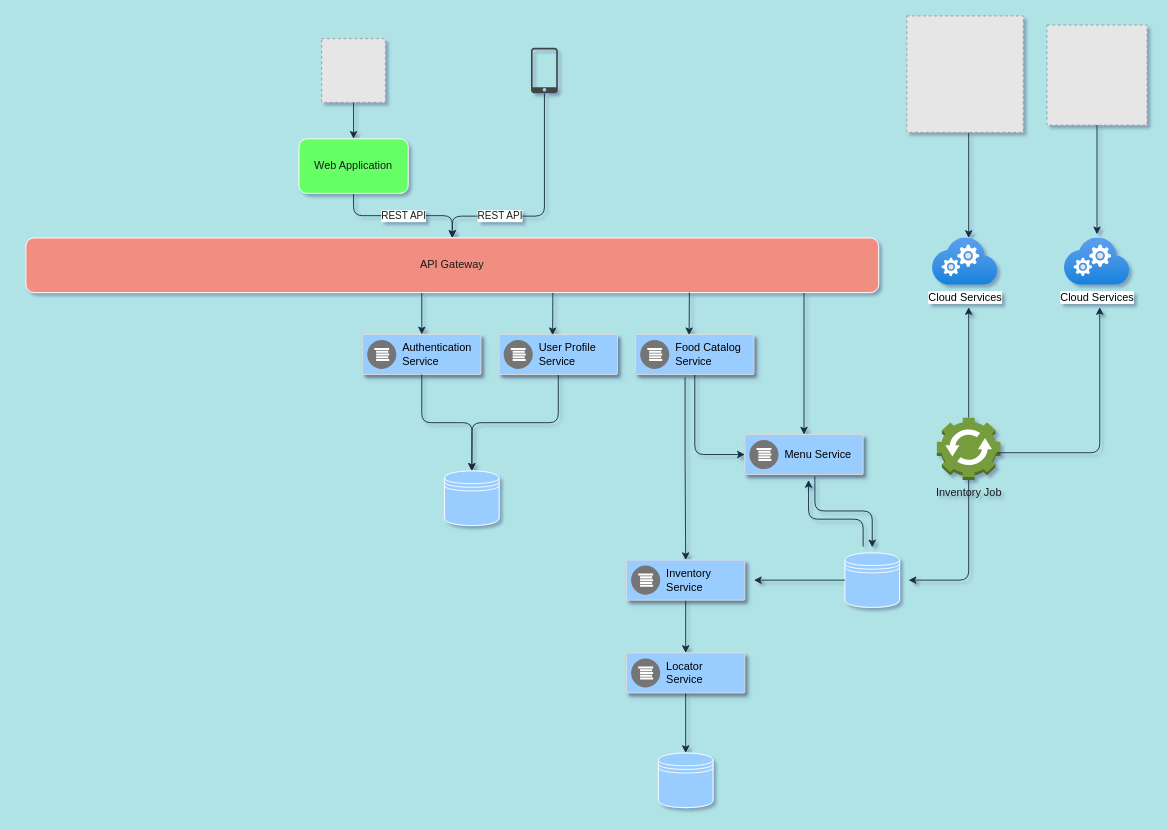
Before: page "Topology 2" (3 of 3) of Interaction-Diagram.drawio in fridgebenefits/katas, a draw.io diagram. Source tidied: cells renumbered, new cells numbered last; positions are measured from the earlier drawing's top-left corner, leaving out a move shared by most shapes. Both pictures are drawn from the tidied source at 91%, with x=0, y=0 at pixel (25, 15). Pictures stored in the file or linked from it are replaced by grey dashed boxes.
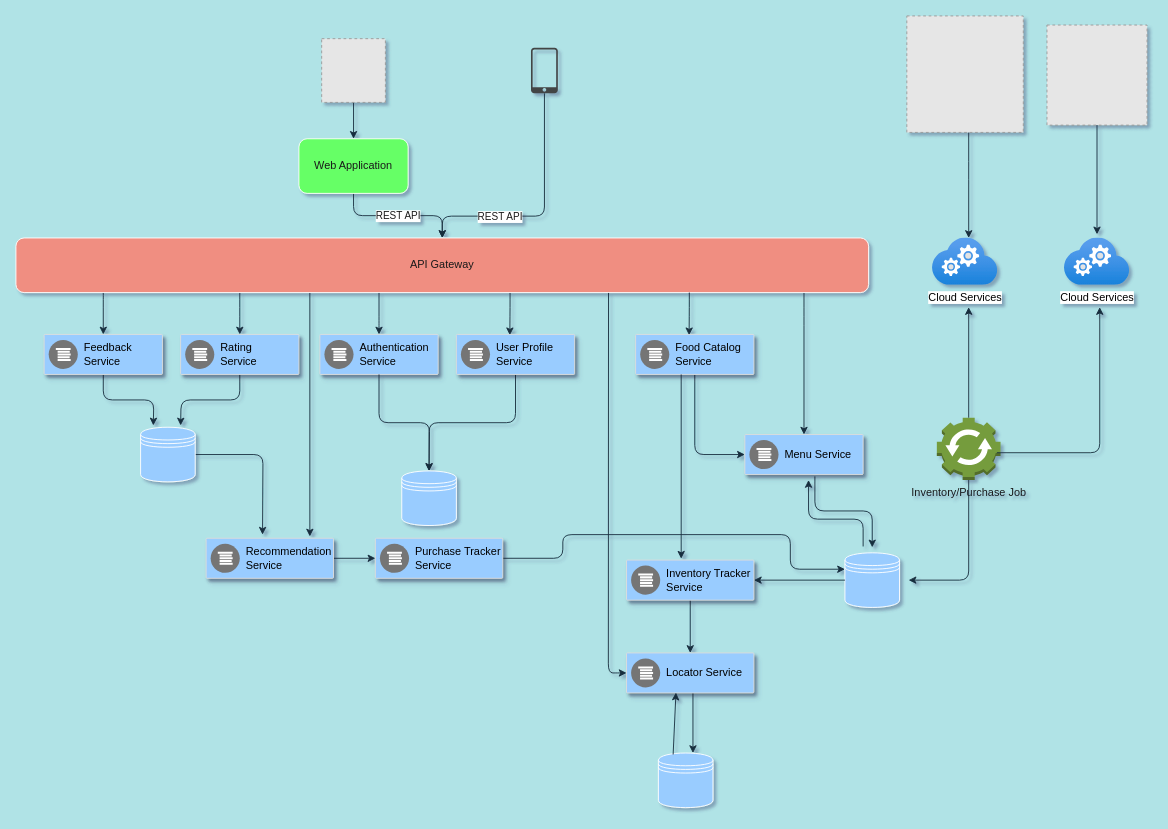
The same diagram, later.

Unchanged cells that the change refers to:
```xml
<mxCell id="6" style="shadow=0;dashed=0;html=1;strokeColor=none;fillColor=#434445;labelPosition=center;verticalLabelPosition=bottom;verticalAlign=top;align=center;outlineConnect=0;shape=mxgraph.vvd.phone;rounded=0;fontColor=#1A1A1A;" parent="1" vertex="1">
  <mxGeometry x="555" y="35" width="29.5" height="50" as="geometry" />
</mxCell>
<mxCell id="20" style="strokeColor=#dddddd;shadow=1;strokeWidth=1;rounded=1;absoluteArcSize=1;arcSize=2;fontColor=#1A1A1A;fillColor=#99CCFF;" parent="1" vertex="1">
  <mxGeometry x="670" y="350" width="130" height="44" as="geometry" />
</mxCell>
<mxCell id="34" style="shape=datastore;whiteSpace=wrap;html=1;rounded=0;strokeColor=#FFFFFF;fillColor=#99CCFF;fontColor=#1A1A1A;" parent="1" vertex="1">
  <mxGeometry x="900" y="590" width="60" height="60" as="geometry" />
</mxCell>
<mxCell id="47" style="shape=datastore;whiteSpace=wrap;html=1;rounded=0;strokeColor=#FFFFFF;fillColor=#99CCFF;fontColor=#1A1A1A;" parent="1" vertex="1">
  <mxGeometry x="695" y="810" width="60" height="60" as="geometry" />
</mxCell>
```

What changed in the source:
```diff
@@
     <mxCell id="4" style="edgeStyle=orthogonalEdgeStyle;curved=0;rounded=1;jettySize=auto;html=1;strokeColor=#182E3E;fontColor=#1A1A1A;entryX=0.5;entryY=0;entryDx=0;entryDy=0;" parent="1" edge="1" source="6" target="12">
       <mxGeometry x="-0.39" y="-75" relative="1" as="geometry">
         <Array as="points">
           <mxPoint x="570" y="220" />
-          <mxPoint x="468" y="220" />
+          <mxPoint x="458" y="220" />
         </Array>
         <mxPoint x="-75" y="75" as="offset" />
       </mxGeometry>
     </mxCell>
     <mxCell id="5" value="REST API" style="edgeLabel;html=1;align=center;verticalAlign=middle;fontColor=#1A1A1A;" parent="4" vertex="1">
       <mxGeometry x="0.03" y="-33" relative="1" as="geometry">
-        <mxPoint x="-16.8" as="offset" />
+        <mxPoint x="-44.8" y="33" as="offset" />
       </mxGeometry>
     </mxCell>
@@
     <mxCell id="9" style="edgeStyle=orthogonalEdgeStyle;curved=0;rounded=1;jettySize=auto;html=1;strokeColor=#182E3E;fontColor=#1A1A1A;entryX=0.5;entryY=0;entryDx=0;entryDy=0;" parent="1" edge="1" target="13">
       <mxGeometry relative="1" as="geometry">
-        <mxPoint x="435" y="300" as="sourcePoint" />
+        <mxPoint x="388" y="300" as="sourcePoint" />
         <Array as="points">
-          <mxPoint x="435" y="340" />
-          <mxPoint x="435" y="340" />
+          <mxPoint x="388" y="340" />
+          <mxPoint x="388" y="340" />
         </Array>
       </mxGeometry>
     </mxCell>
-    <mxCell id="10" style="edgeStyle=orthogonalEdgeStyle;curved=0;rounded=1;jettySize=auto;html=1;strokeColor=#182E3E;fontColor=#1A1A1A;entryX=0.452;entryY=0.02;entryDx=0;entryDy=0;entryPerimeter=0;" parent="1" edge="1" source="12" target="16">
+    <mxCell id="10" style="edgeStyle=orthogonalEdgeStyle;curved=0;rounded=1;jettySize=auto;html=1;strokeColor=#182E3E;fontColor=#1A1A1A;entryX=0.452;entryY=0.02;entryDx=0;entryDy=0;entryPerimeter=0;" parent="1" edge="1" target="16">
       <mxGeometry relative="1" as="geometry">
+        <mxPoint x="532" y="304" as="sourcePoint" />
         <Array as="points">
-          <mxPoint x="579" y="320" />
-          <mxPoint x="579" y="320" />
+          <mxPoint x="532" y="320" />
+          <mxPoint x="532" y="320" />
         </Array>
       </mxGeometry>
     </mxCell>
@@
+    <mxCell id="48" style="edgeStyle=orthogonalEdgeStyle;curved=0;rounded=1;jettySize=auto;html=1;entryX=0.5;entryY=0;entryDx=0;entryDy=0;strokeColor=#182E3E;fontColor=#1A1A1A;" parent="1" edge="1" source="12" target="57">
+      <mxGeometry relative="1" as="geometry">
+        <Array as="points">
+          <mxPoint x="85" y="310" />
+          <mxPoint x="85" y="310" />
+        </Array>
+      </mxGeometry>
+    </mxCell>
+    <mxCell id="49" style="edgeStyle=orthogonalEdgeStyle;curved=0;rounded=1;jettySize=auto;html=1;strokeColor=#182E3E;fontColor=#1A1A1A;" parent="1" edge="1" source="12" target="54">
+      <mxGeometry relative="1" as="geometry">
+        <Array as="points">
+          <mxPoint x="235" y="320" />
+          <mxPoint x="235" y="320" />
+        </Array>
+      </mxGeometry>
+    </mxCell>
+    <mxCell id="50" style="edgeStyle=orthogonalEdgeStyle;curved=0;rounded=1;orthogonalLoop=1;jettySize=auto;html=1;strokeColor=#182E3E;fontColor=#1A1A1A;" parent="1" edge="1">
+      <mxGeometry relative="1" as="geometry">
+        <mxPoint x="312" y="304" as="sourcePoint" />
+        <mxPoint x="312" y="572" as="targetPoint" />
+        <Array as="points">
+          <mxPoint x="312" y="572" />
+        </Array>
+      </mxGeometry>
+    </mxCell>
     <mxCell id="12" value="API Gateway" style="rounded=1;whiteSpace=wrap;html=1;strokeColor=#FFFFFF;fillColor=#F08E81;fontColor=#1A1A1A;" parent="1" vertex="1">
-      <mxGeometry y="244" width="937" height="60" as="geometry" />
+      <mxGeometry x="-11" y="244" width="937" height="60" as="geometry" />
     </mxCell>
     <mxCell id="13" style="strokeColor=#dddddd;shadow=1;strokeWidth=1;rounded=1;absoluteArcSize=1;arcSize=2;fontColor=#1A1A1A;fillColor=#99CCFF;" parent="1" vertex="1">
-      <mxGeometry x="370" y="350" width="130" height="44" as="geometry" />
+      <mxGeometry x="323" y="350" width="130" height="44" as="geometry" />
     </mxCell>
@@
     <mxCell id="16" style="strokeColor=#dddddd;shadow=1;strokeWidth=1;rounded=1;absoluteArcSize=1;arcSize=2;fontColor=#1A1A1A;fillColor=#99CCFF;" parent="1" vertex="1">
-      <mxGeometry x="520" y="350" width="130" height="44" as="geometry" />
+      <mxGeometry x="473" y="350" width="130" height="44" as="geometry" />
     </mxCell>
@@
-    <mxCell id="32" value="Inventory Job" style="outlineConnect=0;dashed=0;verticalLabelPosition=bottom;verticalAlign=top;align=center;html=1;shape=mxgraph.aws3.automation;fillColor=#759C3E;gradientColor=none;rounded=0;strokeColor=#FFFFFF;fontColor=#1A1A1A;" parent="1" vertex="1">
+    <mxCell id="32" value="Inventory/Purchase Job" style="outlineConnect=0;dashed=0;verticalLabelPosition=bottom;verticalAlign=top;align=center;html=1;shape=mxgraph.aws3.automation;fillColor=#759C3E;gradientColor=none;rounded=0;strokeColor=#FFFFFF;fontColor=#1A1A1A;" parent="1" vertex="1">
       <mxGeometry x="1001" y="441.5" width="70" height="68.5" as="geometry" />
     </mxCell>
@@
-    <mxCell id="35" style="edgeStyle=orthogonalEdgeStyle;curved=0;rounded=1;jettySize=auto;html=1;strokeColor=#182E3E;fontColor=#1A1A1A;exitX=0.418;exitY=1.073;exitDx=0;exitDy=0;exitPerimeter=0;entryX=0.5;entryY=0;entryDx=0;entryDy=0;" parent="1" edge="1" source="20" target="37">
-      <mxGeometry relative="1" as="geometry">
-        <Array as="points">
-          <mxPoint x="724" y="477" />
-        </Array>
-      </mxGeometry>
-    </mxCell>
@@
     <mxCell id="37" style="strokeColor=#dddddd;shadow=1;strokeWidth=1;rounded=1;absoluteArcSize=1;arcSize=2;fontColor=#1A1A1A;fillColor=#99CCFF;" parent="1" vertex="1">
-      <mxGeometry x="660" y="598" width="130" height="44" as="geometry" />
+      <mxGeometry x="660" y="598" width="140" height="44" as="geometry" />
     </mxCell>
-    <mxCell id="38" value="Inventory&lt;br&gt;Service" style="dashed=0;html=1;fillColor=#757575;strokeColor=none;shape=mxgraph.gcp2.logs_api;labelPosition=right;verticalLabelPosition=middle;align=left;verticalAlign=middle;spacingLeft=5;fontSize=12;" parent="37" vertex="1">
+    <mxCell id="38" value="Inventory Tracker&lt;br&gt;Service" style="dashed=0;html=1;fillColor=#757575;strokeColor=none;shape=mxgraph.gcp2.logs_api;labelPosition=right;verticalLabelPosition=middle;align=left;verticalAlign=middle;spacingLeft=5;fontSize=12;" parent="37" vertex="1">
       <mxGeometry y="0.5" width="32" height="32" relative="1" as="geometry">
         <mxPoint x="5" y="-16" as="offset" />
       </mxGeometry>
     </mxCell>
@@
     <mxCell id="41" style="shape=datastore;whiteSpace=wrap;html=1;rounded=0;strokeColor=#FFFFFF;fillColor=#99CCFF;fontColor=#1A1A1A;" parent="1" vertex="1">
-      <mxGeometry x="460" y="500" width="60" height="60" as="geometry" />
+      <mxGeometry x="413" y="500" width="60" height="60" as="geometry" />
     </mxCell>
     <mxCell id="42" style="edgeStyle=orthogonalEdgeStyle;curved=0;rounded=1;jettySize=auto;html=1;strokeColor=#182E3E;fontColor=#1A1A1A;exitX=0.5;exitY=1;exitDx=0;exitDy=0;" parent="1" edge="1" source="13">
       <mxGeometry relative="1" as="geometry">
-        <mxPoint x="490" y="500" as="targetPoint" />
+        <mxPoint x="443" y="500" as="targetPoint" />
       </mxGeometry>
     </mxCell>
@@
-    <mxCell id="44" style="edgeStyle=orthogonalEdgeStyle;curved=0;rounded=1;jettySize=auto;html=1;strokeColor=#182E3E;fontColor=#1A1A1A;" parent="1" edge="1" source="45" target="47">
-      <mxGeometry relative="1" as="geometry" />
+    <mxCell id="44" style="edgeStyle=orthogonalEdgeStyle;curved=0;rounded=1;orthogonalLoop=1;jettySize=auto;html=1;strokeColor=#182E3E;fontColor=#1A1A1A;" parent="1" edge="1">
+      <mxGeometry relative="1" as="geometry">
+        <mxPoint x="733" y="744" as="sourcePoint" />
+        <mxPoint x="733" y="810" as="targetPoint" />
+      </mxGeometry>
     </mxCell>
     <mxCell id="45" style="strokeColor=#dddddd;shadow=1;strokeWidth=1;rounded=1;absoluteArcSize=1;arcSize=2;fontColor=#1A1A1A;fillColor=#99CCFF;" parent="1" vertex="1">
-      <mxGeometry x="660" y="700" width="130" height="44" as="geometry" />
+      <mxGeometry x="660" y="700" width="140" height="44" as="geometry" />
     </mxCell>
-    <mxCell id="46" value="Locator&lt;br&gt;Service" style="dashed=0;html=1;fillColor=#757575;strokeColor=none;shape=mxgraph.gcp2.logs_api;labelPosition=right;verticalLabelPosition=middle;align=left;verticalAlign=middle;spacingLeft=5;fontSize=12;" parent="45" vertex="1">
+    <mxCell id="46" value="Locator Service" style="dashed=0;html=1;fillColor=#757575;strokeColor=none;shape=mxgraph.gcp2.logs_api;labelPosition=right;verticalLabelPosition=middle;align=left;verticalAlign=middle;spacingLeft=5;fontSize=12;" parent="45" vertex="1">
       <mxGeometry y="0.5" width="32" height="32" relative="1" as="geometry">
         <mxPoint x="5" y="-16" as="offset" />
       </mxGeometry>
     </mxCell>
@@
+    <mxCell id="51" style="endArrow=classic;html=1;strokeColor=#182E3E;fontColor=#1A1A1A;entryX=0;entryY=0.5;entryDx=0;entryDy=0;exitX=0.695;exitY=1.007;exitDx=0;exitDy=0;exitPerimeter=0;" parent="1" edge="1" source="12" target="45">
+      <mxGeometry relative="1" as="geometry">
+        <Array as="points">
+          <mxPoint x="640" y="722" />
+          <mxPoint x="650" y="722" />
+        </Array>
+      </mxGeometry>
+    </mxCell>
+    <mxCell id="52" style="endArrow=classic;html=1;strokeColor=#182E3E;fontColor=#1A1A1A;exitX=0.27;exitY=0.027;exitDx=0;exitDy=0;exitPerimeter=0;entryX=0.388;entryY=0.991;entryDx=0;entryDy=0;entryPerimeter=0;" parent="1" edge="1" source="47" target="45">
+      <mxGeometry relative="1" as="geometry" />
+    </mxCell>
+    <mxCell id="53" style="edgeStyle=orthogonalEdgeStyle;curved=0;rounded=1;jettySize=auto;html=1;strokeColor=#182E3E;fontColor=#1A1A1A;" parent="1" edge="1" source="54">
+      <mxGeometry relative="1" as="geometry">
+        <mxPoint x="170" y="450" as="targetPoint" />
+      </mxGeometry>
+    </mxCell>
+    <mxCell id="54" style="strokeColor=#dddddd;shadow=1;strokeWidth=1;rounded=1;absoluteArcSize=1;arcSize=2;fontColor=#1A1A1A;fillColor=#99CCFF;" parent="1" vertex="1">
+      <mxGeometry x="170" y="350" width="130" height="44" as="geometry" />
+    </mxCell>
+    <mxCell id="55" value="Rating&lt;br&gt;Service" style="dashed=0;html=1;fillColor=#757575;strokeColor=none;shape=mxgraph.gcp2.logs_api;labelPosition=right;verticalLabelPosition=middle;align=left;verticalAlign=middle;spacingLeft=5;fontSize=12;" parent="54" vertex="1">
+      <mxGeometry y="0.5" width="32" height="32" relative="1" as="geometry">
+        <mxPoint x="5" y="-16" as="offset" />
+      </mxGeometry>
+    </mxCell>
+    <mxCell id="56" style="edgeStyle=orthogonalEdgeStyle;curved=0;rounded=1;jettySize=auto;html=1;strokeColor=#182E3E;fontColor=#1A1A1A;" parent="1" edge="1" source="57">
+      <mxGeometry relative="1" as="geometry">
+        <mxPoint x="140" y="450" as="targetPoint" />
+      </mxGeometry>
+    </mxCell>
+    <mxCell id="57" style="strokeColor=#dddddd;shadow=1;strokeWidth=1;rounded=1;absoluteArcSize=1;arcSize=2;fontColor=#1A1A1A;fillColor=#99CCFF;" parent="1" vertex="1">
+      <mxGeometry x="20" y="350" width="130" height="44" as="geometry" />
+    </mxCell>
+    <mxCell id="58" value="Feedback&lt;br&gt;Service" style="dashed=0;html=1;fillColor=#757575;strokeColor=none;shape=mxgraph.gcp2.logs_api;labelPosition=right;verticalLabelPosition=middle;align=left;verticalAlign=middle;spacingLeft=5;fontSize=12;" parent="57" vertex="1">
+      <mxGeometry y="0.5" width="32" height="32" relative="1" as="geometry">
+        <mxPoint x="5" y="-16" as="offset" />
+      </mxGeometry>
+    </mxCell>
+    <mxCell id="59" style="edgeStyle=orthogonalEdgeStyle;curved=0;rounded=1;jettySize=auto;html=1;entryX=0;entryY=0.3;entryDx=0;entryDy=0;strokeColor=#182E3E;fontColor=#1A1A1A;" parent="1" edge="1" source="60" target="34">
+      <mxGeometry relative="1" as="geometry">
+        <Array as="points">
+          <mxPoint x="590" y="596" />
+          <mxPoint x="590" y="570" />
+          <mxPoint x="840" y="570" />
+          <mxPoint x="840" y="608" />
+        </Array>
+      </mxGeometry>
+    </mxCell>
+    <mxCell id="60" style="strokeColor=#dddddd;shadow=1;strokeWidth=1;rounded=1;absoluteArcSize=1;arcSize=2;fontColor=#1A1A1A;fillColor=#99CCFF;" parent="1" vertex="1">
+      <mxGeometry x="384" y="574" width="140" height="44" as="geometry" />
+    </mxCell>
+    <mxCell id="61" value="Purchase Tracker&lt;br&gt;Service" style="dashed=0;html=1;fillColor=#757575;strokeColor=none;shape=mxgraph.gcp2.logs_api;labelPosition=right;verticalLabelPosition=middle;align=left;verticalAlign=middle;spacingLeft=5;fontSize=12;" parent="60" vertex="1">
+      <mxGeometry y="0.5" width="32" height="32" relative="1" as="geometry">
+        <mxPoint x="5" y="-16" as="offset" />
+      </mxGeometry>
+    </mxCell>
+    <mxCell id="35" style="endArrow=classic;html=1;strokeColor=#182E3E;fontColor=#1A1A1A;entryX=0.429;entryY=-0.036;entryDx=0;entryDy=0;entryPerimeter=0;exitX=0.385;exitY=1;exitDx=0;exitDy=0;exitPerimeter=0;" parent="1" edge="1" source="20" target="37">
+      <mxGeometry relative="1" as="geometry" />
+    </mxCell>
+    <mxCell id="62" style="edgeStyle=orthogonalEdgeStyle;curved=0;rounded=1;jettySize=auto;html=1;strokeColor=#182E3E;fontColor=#1A1A1A;" parent="1" edge="1" source="63">
+      <mxGeometry relative="1" as="geometry">
+        <mxPoint x="260" y="570" as="targetPoint" />
+      </mxGeometry>
+    </mxCell>
+    <mxCell id="63" style="shape=datastore;whiteSpace=wrap;html=1;rounded=0;strokeColor=#FFFFFF;fillColor=#99CCFF;fontColor=#1A1A1A;" parent="1" vertex="1">
+      <mxGeometry x="126" y="452" width="60" height="60" as="geometry" />
+    </mxCell>
+    <mxCell id="64" style="edgeStyle=orthogonalEdgeStyle;curved=0;rounded=1;jettySize=auto;html=1;strokeColor=#182E3E;fontColor=#1A1A1A;" parent="1" edge="1" source="65" target="60">
+      <mxGeometry relative="1" as="geometry" />
+    </mxCell>
+    <mxCell id="65" style="strokeColor=#dddddd;shadow=1;strokeWidth=1;rounded=1;absoluteArcSize=1;arcSize=2;fontColor=#1A1A1A;fillColor=#99CCFF;" parent="1" vertex="1">
+      <mxGeometry x="198" y="574" width="140" height="44" as="geometry" />
+    </mxCell>
+    <mxCell id="66" value="Recommendation&lt;br&gt;Service" style="dashed=0;html=1;fillColor=#757575;strokeColor=none;shape=mxgraph.gcp2.logs_api;labelPosition=right;verticalLabelPosition=middle;align=left;verticalAlign=middle;spacingLeft=5;fontSize=12;" parent="65" vertex="1">
+      <mxGeometry y="0.5" width="32" height="32" relative="1" as="geometry">
+        <mxPoint x="5" y="-16" as="offset" />
+      </mxGeometry>
+    </mxCell>
```
